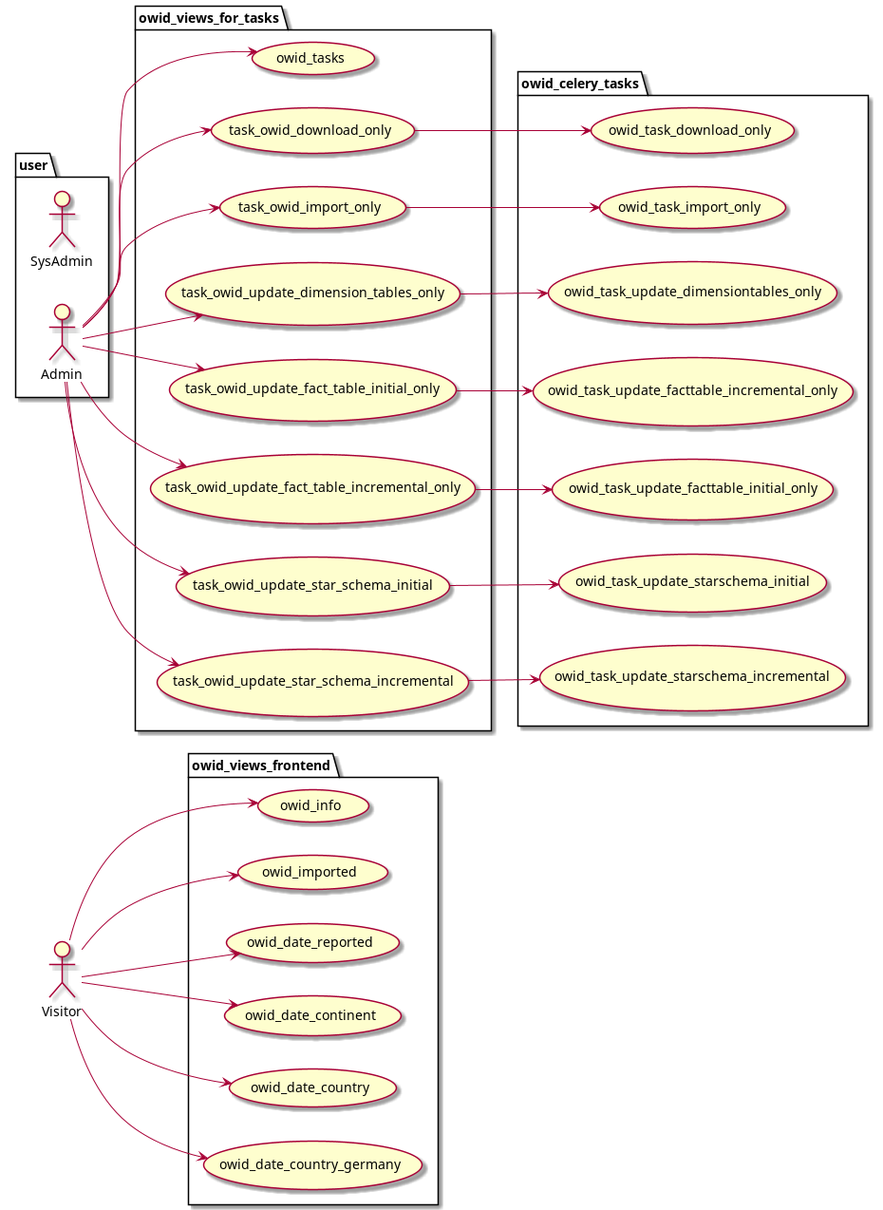
This is docs/uml_blueprints/owid/owid_use_cases.png from thomaswoehlke/covid19python, a PlantUML export, as it was before one commit.
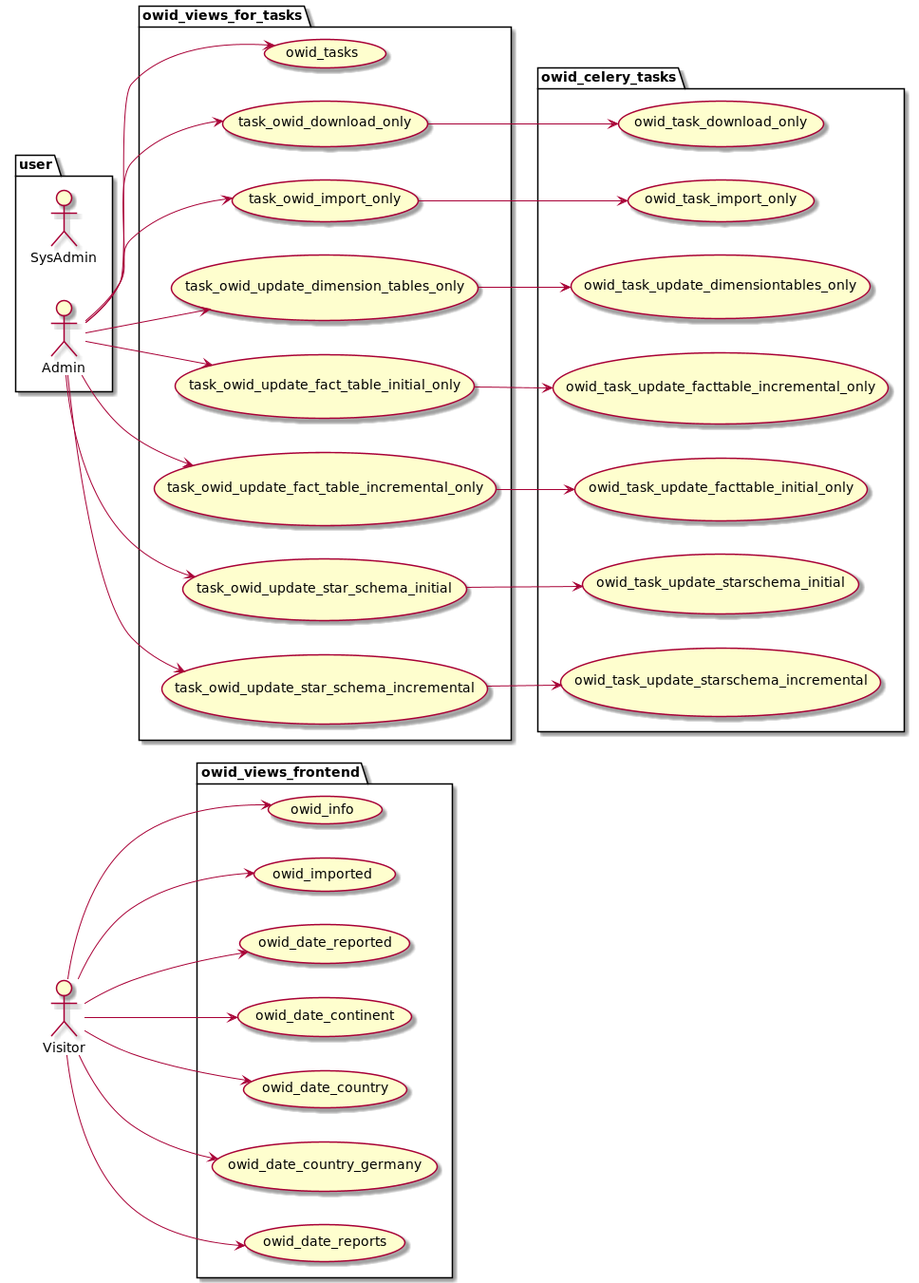
Later version of the same file.

Diff of the diagram source:
```diff
@@ -12,6 +12,7 @@
 	usecase owid_date_continent as UC4
 	usecase owid_date_country as UC5
 	usecase owid_date_country_germany as UC6
+	usecase owid_date_reports as UC7
 }
 package owid_views_for_tasks {
 	usecase owid_tasks as UC57
@@ -38,6 +39,7 @@
 vu --> UC4
 vu --> UC5
 vu --> UC6
+vu --> UC7
 au --> UC50
 au --> UC51
 au --> UC52
```
